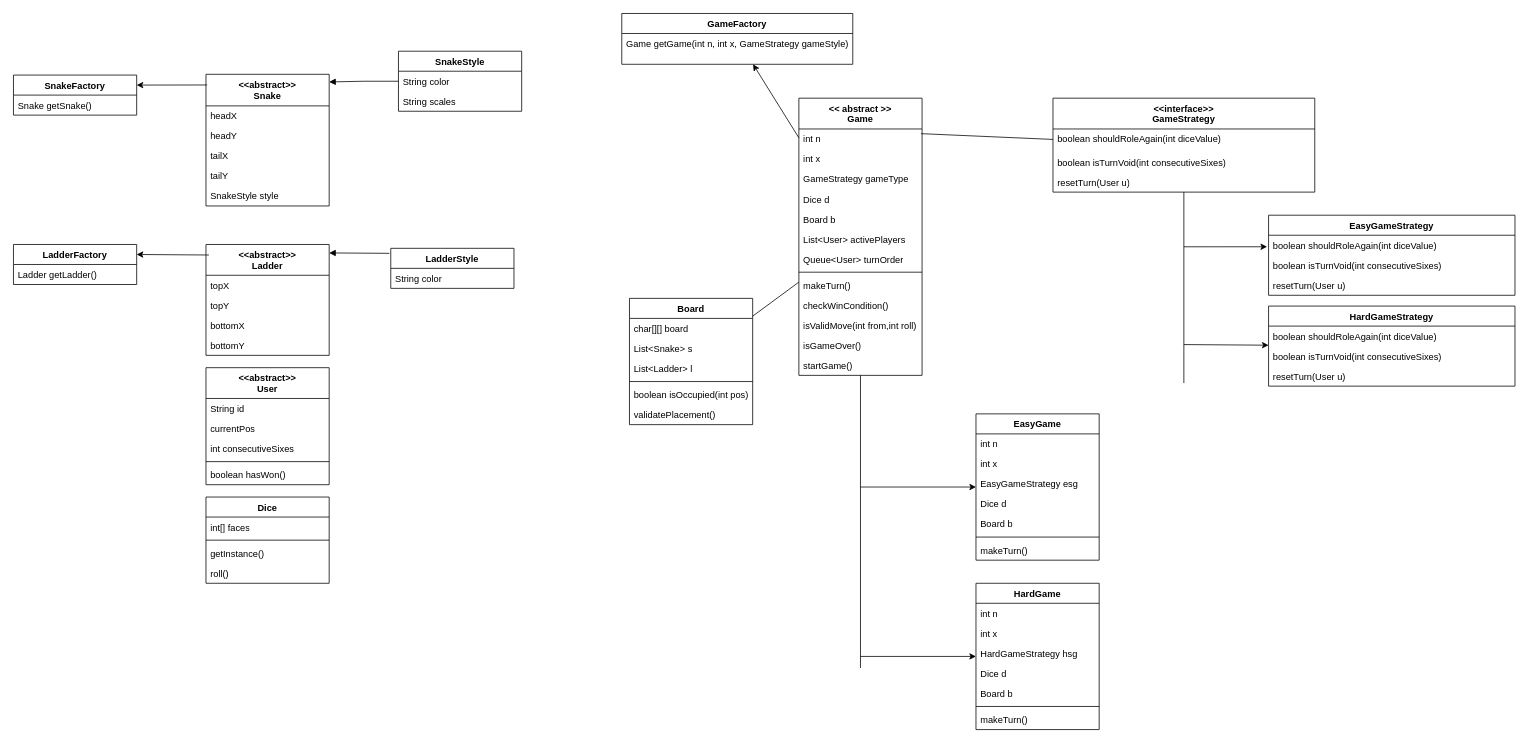
akshat-code21/snakes_ladders keeps this draw.io diagram as Snakes_Ladders_LLD.drawio. Above is the earlier version. Source tidied: cells renumbered, new cells numbered last; positions are measured from the earlier drawing's top-left corner, leaving out a move shared by most shapes. Both pictures are drawn from the tidied source at 77%, with x=0, y=0 at pixel (13, 13).
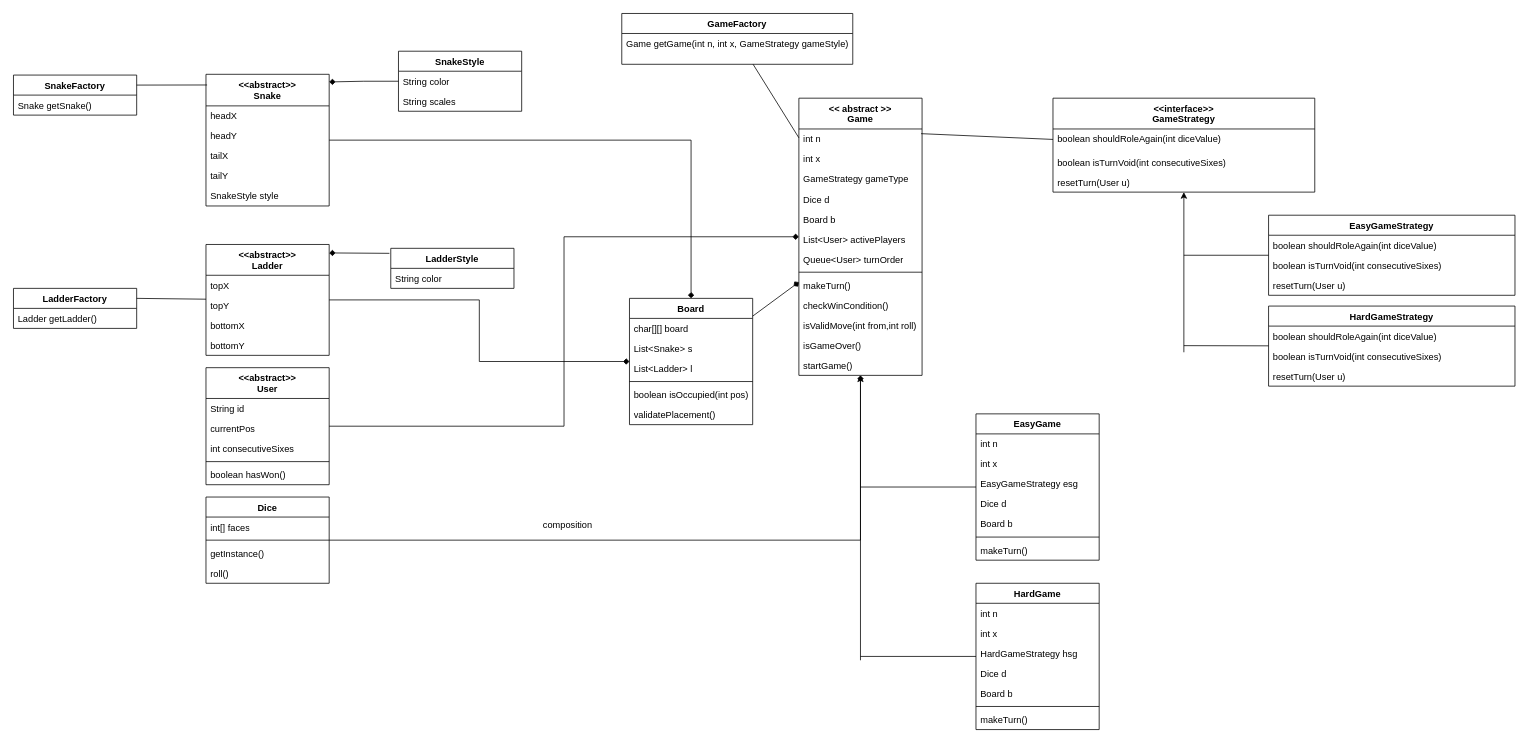
After the change.

Unchanged cells that the change refers to:
```xml
<mxCell id="2" value="Board" style="swimlane;fontStyle=1;align=center;verticalAlign=top;horizontal=1;startSize=26;whiteSpace=wrap;html=1;" parent="1" vertex="1">
  <mxGeometry x="800" y="370" width="160" height="164" as="geometry" />
</mxCell>
<mxCell id="9" value="&amp;lt;&amp;lt; abstract &amp;gt;&amp;gt;&lt;div&gt;Game&lt;/div&gt;" style="swimlane;fontStyle=1;align=center;verticalAlign=top;horizontal=1;startSize=40;whiteSpace=wrap;html=1;" parent="1" vertex="1">
  <mxGeometry x="1020" y="110" width="160" height="360" as="geometry" />
</mxCell>
<mxCell id="23" value="&lt;div&gt;&amp;lt;&amp;lt;abstract&amp;gt;&amp;gt;&lt;/div&gt;Snake" style="swimlane;fontStyle=1;align=center;verticalAlign=top;horizontal=1;startSize=41;whiteSpace=wrap;html=1;" parent="1" vertex="1">
  <mxGeometry x="250" y="79" width="160" height="171" as="geometry" />
</mxCell>
<mxCell id="29" value="&lt;div&gt;&amp;lt;&amp;lt;abstract&amp;gt;&amp;gt;&lt;/div&gt;Ladder" style="swimlane;fontStyle=1;align=center;verticalAlign=top;horizontal=1;startSize=40;whiteSpace=wrap;html=1;" parent="1" vertex="1">
  <mxGeometry x="250" y="300" width="160" height="144" as="geometry" />
</mxCell>
<mxCell id="35" value="String color" style="text;strokeColor=none;fillColor=none;align=left;verticalAlign=top;spacingLeft=4;spacingRight=4;overflow=hidden;points=[[0,0.5],[1,0.5]];portConstraint=eastwest;whiteSpace=wrap;html=1;" parent="34" vertex="1">
  <mxGeometry y="26" width="160" height="26" as="geometry" />
</mxCell>
<mxCell id="38" value="LadderStyle" style="swimlane;fontStyle=1;align=center;verticalAlign=top;horizontal=1;startSize=26;whiteSpace=wrap;html=1;" parent="1" vertex="1">
  <mxGeometry x="490" y="305" width="160" height="52" as="geometry" />
</mxCell>
<mxCell id="41" value="Dice" style="swimlane;fontStyle=1;align=center;verticalAlign=top;horizontal=1;startSize=26;whiteSpace=wrap;html=1;" parent="1" vertex="1">
  <mxGeometry x="250" y="628" width="160" height="112" as="geometry" />
</mxCell>
<mxCell id="46" value="GameFactory" style="swimlane;fontStyle=1;align=center;verticalAlign=top;horizontal=1;startSize=26;whiteSpace=wrap;html=1;" parent="1" vertex="1">
  <mxGeometry x="790" width="300" height="66" as="geometry" />
</mxCell>
<mxCell id="51" value="SnakeFactory" style="swimlane;fontStyle=1;align=center;verticalAlign=top;horizontal=1;startSize=26;whiteSpace=wrap;html=1;" parent="1" vertex="1">
  <mxGeometry y="80" width="160" height="52" as="geometry" />
</mxCell>
<mxCell id="54" value="&amp;lt;&amp;lt;interface&amp;gt;&amp;gt;&lt;div&gt;GameStrategy&lt;/div&gt;" style="swimlane;fontStyle=1;align=center;verticalAlign=top;horizontal=1;startSize=40;whiteSpace=wrap;html=1;" parent="1" vertex="1">
  <mxGeometry x="1350" y="110" width="340" height="122" as="geometry" />
</mxCell>
<mxCell id="58" value="EasyGameStrategy" style="swimlane;fontStyle=1;align=center;verticalAlign=top;horizontal=1;startSize=26;whiteSpace=wrap;html=1;" parent="1" vertex="1">
  <mxGeometry x="1630" y="262" width="320" height="104" as="geometry" />
</mxCell>
<mxCell id="62" value="HardGameStrategy" style="swimlane;fontStyle=1;align=center;verticalAlign=top;horizontal=1;startSize=26;whiteSpace=wrap;html=1;" parent="1" vertex="1">
  <mxGeometry x="1630" y="380" width="320" height="104" as="geometry" />
</mxCell>
<mxCell id="71" value="EasyGame" style="swimlane;fontStyle=1;align=center;verticalAlign=top;horizontal=1;startSize=26;whiteSpace=wrap;html=1;" parent="1" vertex="1">
  <mxGeometry x="1250" y="520" width="160" height="190" as="geometry" />
</mxCell>
<mxCell id="79" value="HardGame" style="swimlane;fontStyle=1;align=center;verticalAlign=top;horizontal=1;startSize=26;whiteSpace=wrap;html=1;" parent="1" vertex="1">
  <mxGeometry x="1250" y="740" width="160" height="190" as="geometry" />
</mxCell>
<mxCell id="91" value="&lt;div&gt;&amp;lt;&amp;lt;abstract&amp;gt;&amp;gt;&lt;/div&gt;User" style="swimlane;fontStyle=1;align=center;verticalAlign=top;horizontal=1;startSize=40;whiteSpace=wrap;html=1;" parent="1" vertex="1">
  <mxGeometry x="250" y="460" width="160" height="152" as="geometry" />
</mxCell>
```

Diff of the diagram source:
```diff
@@
+    <mxCell id="97" style="edgeStyle=orthogonalEdgeStyle;rounded=0;jettySize=auto;html=1;endArrow=diamond;endFill=1;" parent="1" edge="1" source="23" target="2">
+      <mxGeometry relative="1" as="geometry" />
+    </mxCell>
@@
+    <mxCell id="98" style="edgeStyle=orthogonalEdgeStyle;rounded=0;jettySize=auto;html=1;endArrow=diamond;endFill=1;" parent="1" edge="1" source="29" target="2">
+      <mxGeometry relative="1" as="geometry" />
+    </mxCell>
@@
-    <mxCell id="37" style="endArrow=block;endFill=1;html=1;edgeStyle=orthogonalEdgeStyle;align=left;verticalAlign=top;rounded=0;entryX=1;entryY=0.058;entryDx=0;entryDy=0;entryPerimeter=0;" parent="1" edge="1" source="35" target="23">
+    <mxCell id="37" style="endArrow=diamond;endFill=1;html=1;edgeStyle=orthogonalEdgeStyle;align=left;verticalAlign=top;rounded=0;entryX=1;entryY=0.058;entryDx=0;entryDy=0;entryPerimeter=0;" parent="1" edge="1" source="35" target="23">
       <mxGeometry x="-1" relative="1" as="geometry" />
     </mxCell>
@@
-    <mxCell id="40" style="endArrow=block;endFill=1;html=1;edgeStyle=orthogonalEdgeStyle;align=left;verticalAlign=top;rounded=0;entryX=1;entryY=0.058;entryDx=0;entryDy=0;entryPerimeter=0;exitX=-0.011;exitY=0.125;exitDx=0;exitDy=0;exitPerimeter=0;" parent="1" edge="1" source="38">
+    <mxCell id="40" style="endArrow=diamond;endFill=1;html=1;edgeStyle=orthogonalEdgeStyle;align=left;verticalAlign=top;rounded=0;entryX=1;entryY=0.058;entryDx=0;entryDy=0;entryPerimeter=0;exitX=-0.011;exitY=0.125;exitDx=0;exitDy=0;exitPerimeter=0;" parent="1" edge="1" source="38">
       <mxGeometry x="-1" relative="1" as="geometry">
         <mxPoint x="410" y="311" as="targetPoint" />
       </mxGeometry>
     </mxCell>
+    <mxCell id="99" style="edgeStyle=orthogonalEdgeStyle;rounded=0;jettySize=auto;html=1;endArrow=diamond;endFill=1;" parent="1" edge="1" source="41" target="9">
+      <mxGeometry relative="1" as="geometry" />
+    </mxCell>
@@
     <mxCell id="48" value="LadderFactory" style="swimlane;fontStyle=1;align=center;verticalAlign=top;horizontal=1;startSize=26;whiteSpace=wrap;html=1;" parent="1" vertex="1">
-      <mxGeometry y="300" width="160" height="52" as="geometry" />
+      <mxGeometry y="357" width="160" height="52" as="geometry" />
     </mxCell>
@@
-    <mxCell id="50" style="edgeStyle=none;jettySize=auto;html=1;rounded=0;entryX=1;entryY=0.25;entryDx=0;entryDy=0;exitX=0.024;exitY=0.095;exitDx=0;exitDy=0;exitPerimeter=0;" parent="1" edge="1" source="29" target="48">
+    <mxCell id="50" style="edgeStyle=none;jettySize=auto;html=1;rounded=0;entryX=1;entryY=0.25;entryDx=0;entryDy=0;endArrow=none;endFill=0;" parent="1" edge="1" source="29" target="48">
       <mxGeometry relative="1" as="geometry" />
     </mxCell>
@@
-    <mxCell id="53" style="edgeStyle=none;jettySize=auto;html=1;rounded=0;entryX=1;entryY=0.25;entryDx=0;entryDy=0;exitX=0.009;exitY=0.081;exitDx=0;exitDy=0;exitPerimeter=0;" parent="1" edge="1" source="23" target="51">
+    <mxCell id="53" style="edgeStyle=none;jettySize=auto;html=1;rounded=0;entryX=1;entryY=0.25;entryDx=0;entryDy=0;exitX=0.009;exitY=0.081;exitDx=0;exitDy=0;exitPerimeter=0;endArrow=none;endFill=0;" parent="1" edge="1" source="23" target="51">
       <mxGeometry relative="1" as="geometry" />
     </mxCell>
@@
-    <mxCell id="66" style="edgeStyle=none;jettySize=auto;html=1;rounded=0;" parent="1" edge="1" target="62">
-      <mxGeometry relative="1" as="geometry">
-        <mxPoint x="1520" y="430" as="sourcePoint" />
-      </mxGeometry>
-    </mxCell>
-    <mxCell id="67" style="edgeStyle=none;jettySize=auto;html=1;rounded=0;shape=wire;endArrow=none;endFill=0;" parent="1" edge="1" source="54">
-      <mxGeometry relative="1" as="geometry">
-        <mxPoint x="1520" y="480" as="targetPoint" />
-      </mxGeometry>
-    </mxCell>
@@
-    <mxCell id="69" style="edgeStyle=none;jettySize=auto;html=1;rounded=0;" parent="1" edge="1" source="9" target="46">
+    <mxCell id="69" style="edgeStyle=none;jettySize=auto;html=1;rounded=0;endArrow=none;endFill=0;" parent="1" edge="1" source="9" target="46">
       <mxGeometry relative="1" as="geometry" />
     </mxCell>
-    <mxCell id="70" style="edgeStyle=none;jettySize=auto;html=1;rounded=0;entryX=-0.006;entryY=0.394;entryDx=0;entryDy=0;entryPerimeter=0;" parent="1" edge="1" target="58">
-      <mxGeometry relative="1" as="geometry">
-        <mxPoint x="1520" y="303" as="sourcePoint" />
-      </mxGeometry>
-    </mxCell>
@@
-    <mxCell id="87" style="edgeStyle=none;jettySize=auto;html=1;rounded=0;endArrow=none;endFill=0;" parent="1" edge="1" source="9">
-      <mxGeometry relative="1" as="geometry">
-        <mxPoint x="1100" y="850" as="targetPoint" />
-      </mxGeometry>
-    </mxCell>
-    <mxCell id="88" style="edgeStyle=none;jettySize=auto;html=1;rounded=0;" parent="1" edge="1" target="71">
+    <mxCell id="88" style="edgeStyle=none;jettySize=auto;html=1;rounded=0;endArrow=none;endFill=0;" parent="1" edge="1" target="71">
       <mxGeometry relative="1" as="geometry">
         <mxPoint x="1100" y="615" as="sourcePoint" />
       </mxGeometry>
     </mxCell>
-    <mxCell id="89" style="edgeStyle=none;jettySize=auto;html=1;rounded=0;" parent="1" edge="1" target="79">
+    <mxCell id="89" style="edgeStyle=none;jettySize=auto;html=1;rounded=0;endArrow=none;endFill=0;" parent="1" edge="1" target="79">
       <mxGeometry relative="1" as="geometry">
         <mxPoint x="1100" y="835" as="sourcePoint" />
       </mxGeometry>
     </mxCell>
-    <mxCell id="90" style="edgeStyle=none;jettySize=auto;html=1;rounded=0;endArrow=none;endFill=0;" parent="1" edge="1" source="2" target="9">
+    <mxCell id="90" style="edgeStyle=none;jettySize=auto;html=1;rounded=0;endArrow=diamond;endFill=1;" parent="1" edge="1" source="2" target="9">
       <mxGeometry relative="1" as="geometry" />
     </mxCell>
+    <mxCell id="100" style="edgeStyle=orthogonalEdgeStyle;rounded=0;jettySize=auto;html=1;endArrow=diamond;endFill=1;" parent="1" edge="1" source="91" target="9">
+      <mxGeometry relative="1" as="geometry" />
+    </mxCell>
@@
+    <mxCell id="101" style="edgeStyle=none;jettySize=auto;html=1;rounded=0;shape=wire;dashed=1;endArrow=none;endFill=0;" parent="1" edge="1" target="58">
+      <mxGeometry relative="1" as="geometry">
+        <mxPoint x="1520" y="314" as="sourcePoint" />
+      </mxGeometry>
+    </mxCell>
+    <mxCell id="102" style="edgeStyle=none;jettySize=auto;html=1;rounded=0;endArrow=classic;endFill=1;" parent="1" edge="1" target="54">
+      <mxGeometry relative="1" as="geometry">
+        <mxPoint x="1520" y="440" as="sourcePoint" />
+      </mxGeometry>
+    </mxCell>
+    <mxCell id="103" style="edgeStyle=none;jettySize=auto;html=1;rounded=0;shape=wire;dashed=1;endArrow=none;endFill=0;" parent="1" edge="1" target="62">
+      <mxGeometry relative="1" as="geometry">
+        <mxPoint x="1520" y="431.4" as="sourcePoint" />
+      </mxGeometry>
+    </mxCell>
+    <mxCell id="104" style="edgeStyle=none;jettySize=auto;html=1;rounded=0;" parent="1" edge="1" target="9">
+      <mxGeometry relative="1" as="geometry">
+        <mxPoint x="1100" y="840" as="sourcePoint" />
+      </mxGeometry>
+    </mxCell>
+    <mxCell id="105" value="composition" style="text;html=1;whiteSpace=wrap;strokeColor=none;fillColor=none;align=center;verticalAlign=middle;rounded=0;" parent="1" vertex="1">
+      <mxGeometry x="690" y="650" width="60" height="30" as="geometry" />
+    </mxCell>
```
